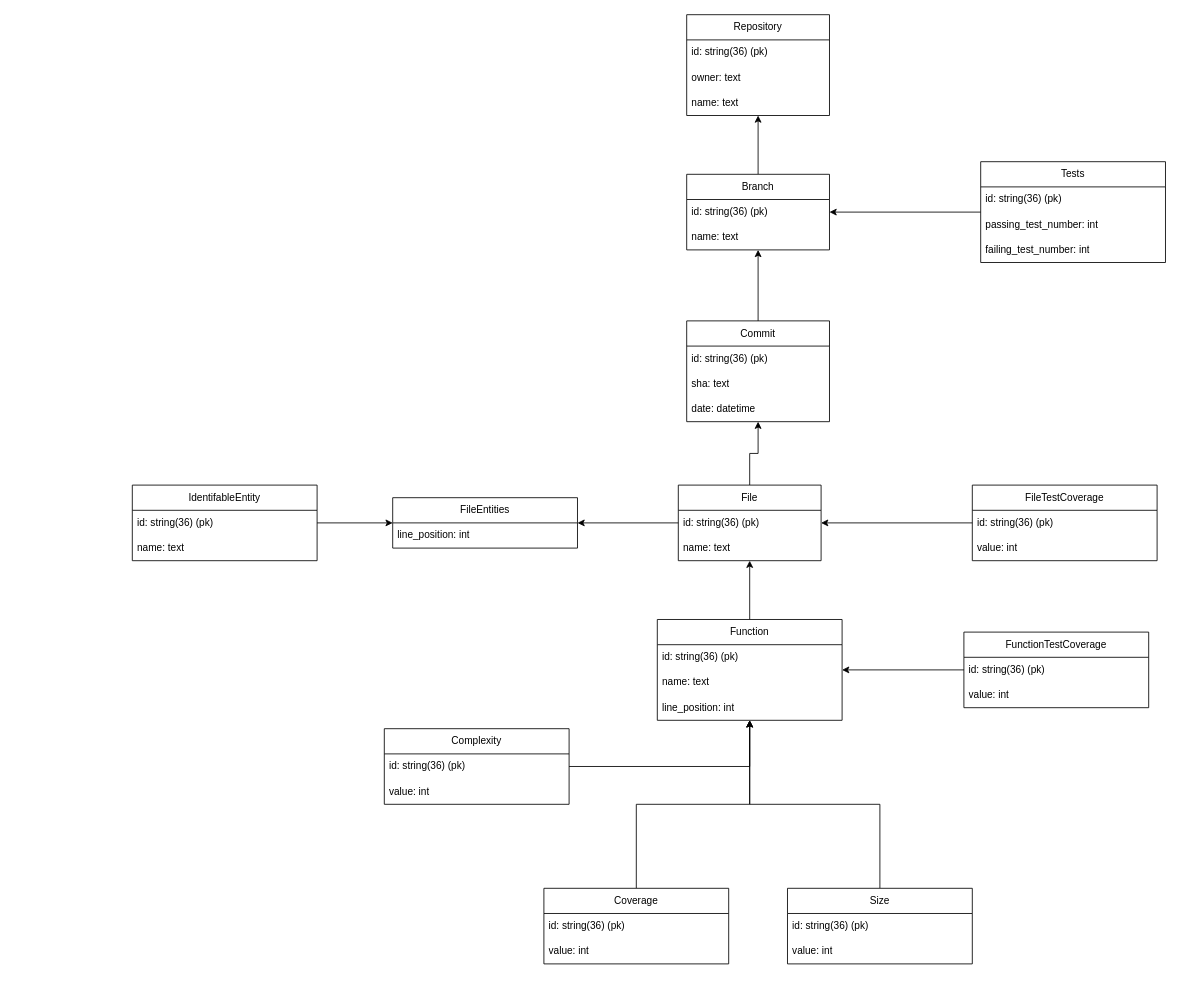
Above: doc/class_diagram.drawio in CAMaji/technical_debts (draw.io), before the change. Source tidied: cells renumbered, new cells numbered last; positions are measured from the earlier drawing's top-left corner, leaving out a move shared by most shapes. Both pictures are drawn from the tidied source at 84%, with x=0, y=0 at pixel (132, 14).
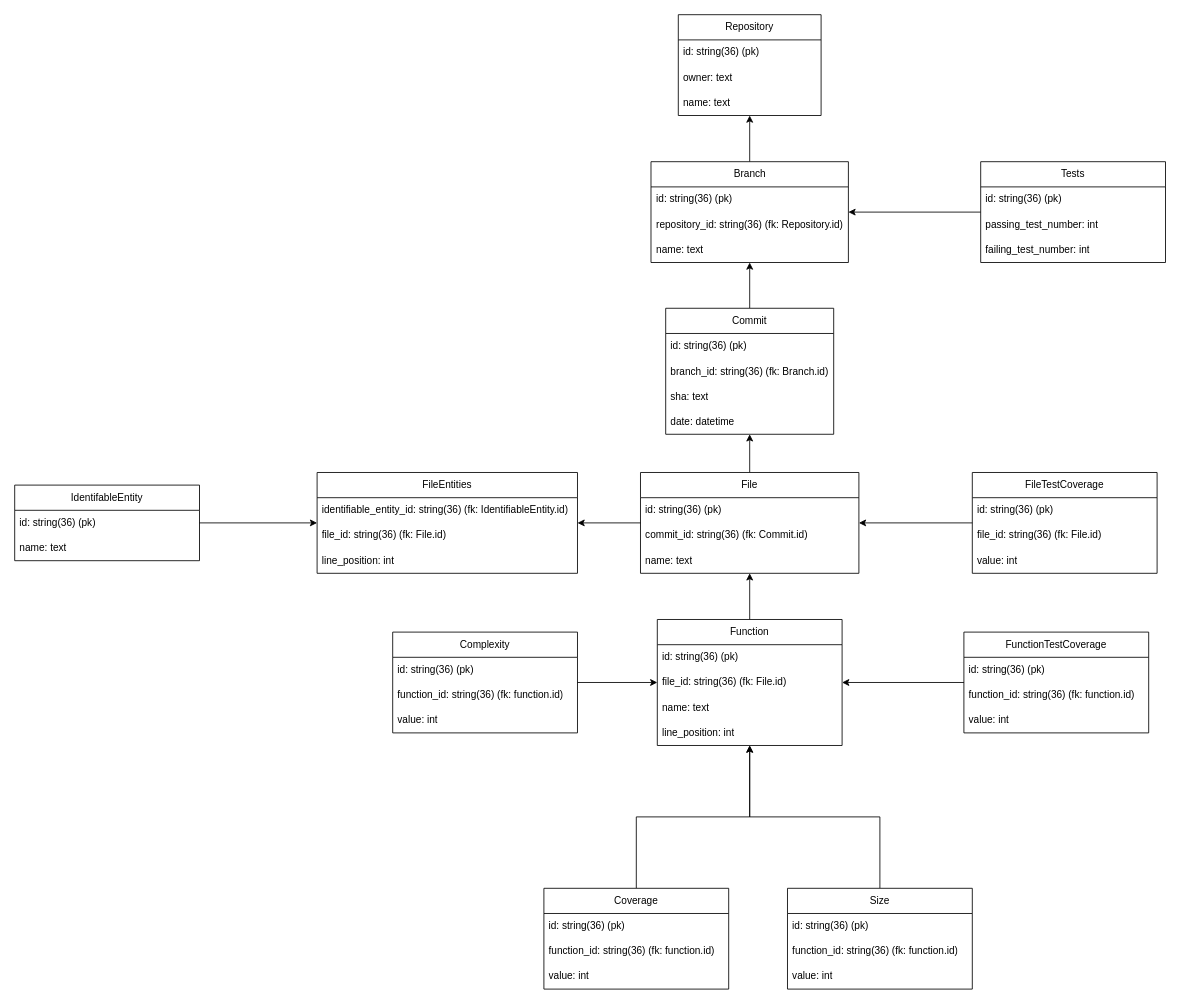
After the change.

What changed in the source:
```diff
@@
     <mxCell id="2" value="Repository" style="swimlane;fontStyle=0;horizontal=1;startSize=30;whiteSpace=wrap;html=1;" parent="1" vertex="1">
-      <mxGeometry x="660" width="170" height="120" as="geometry" />
+      <mxGeometry x="650" width="170" height="120" as="geometry" />
     </mxCell>
@@
     <mxCell id="7" value="Complexity" style="swimlane;fontStyle=0;horizontal=1;startSize=30;whiteSpace=wrap;html=1;" parent="1" vertex="1">
-      <mxGeometry x="300" y="850" width="220" height="90" as="geometry" />
+      <mxGeometry x="310" y="735" width="220" height="120" as="geometry" />
     </mxCell>
@@
+    <mxCell id="56" value="function_id: string(36) (fk: function.id&lt;span style=&quot;background-color: transparent; color: light-dark(rgb(0, 0, 0), rgb(255, 255, 255));&quot;&gt;)&lt;/span&gt;" style="text;strokeColor=none;fillColor=none;align=left;verticalAlign=middle;spacingLeft=4;spacingRight=4;overflow=hidden;whiteSpace=wrap;html=1;" parent="7" vertex="1">
+      <mxGeometry y="60" width="220" height="30" as="geometry" />
+    </mxCell>
     <mxCell id="9" value="value: int" style="text;strokeColor=none;fillColor=none;align=left;verticalAlign=middle;spacingLeft=4;spacingRight=4;overflow=hidden;whiteSpace=wrap;html=1;" parent="7" vertex="1">
-      <mxGeometry y="60" width="220" height="30" as="geometry" />
+      <mxGeometry y="90" width="220" height="30" as="geometry" />
     </mxCell>
@@
     <mxCell id="11" value="Branch" style="swimlane;fontStyle=0;horizontal=1;startSize=30;whiteSpace=wrap;html=1;" parent="1" vertex="1">
-      <mxGeometry x="660" y="190" width="170" height="90" as="geometry" />
+      <mxGeometry x="617.5" y="175" width="235" height="120" as="geometry" />
     </mxCell>
     <mxCell id="12" value="id: string(36) (pk)" style="text;strokeColor=none;fillColor=none;align=left;verticalAlign=middle;spacingLeft=4;spacingRight=4;overflow=hidden;whiteSpace=wrap;html=1;" parent="11" vertex="1">
-      <mxGeometry y="30" width="170" height="30" as="geometry" />
+      <mxGeometry y="30" width="235" height="30" as="geometry" />
     </mxCell>
+    <mxCell id="57" value="repository_id: string(36) (fk: Repository.id)" style="text;strokeColor=none;fillColor=none;align=left;verticalAlign=middle;spacingLeft=4;spacingRight=4;overflow=hidden;whiteSpace=wrap;html=1;" parent="11" vertex="1">
+      <mxGeometry y="60" width="235" height="30" as="geometry" />
+    </mxCell>
     <mxCell id="13" value="name: text" style="text;strokeColor=none;fillColor=none;align=left;verticalAlign=middle;spacingLeft=4;spacingRight=4;overflow=hidden;whiteSpace=wrap;html=1;" parent="11" vertex="1">
-      <mxGeometry y="60" width="170" height="30" as="geometry" />
+      <mxGeometry y="90" width="235" height="30" as="geometry" />
     </mxCell>
@@
     <mxCell id="16" value="File" style="swimlane;fontStyle=0;horizontal=1;startSize=30;whiteSpace=wrap;html=1;" parent="1" vertex="1">
-      <mxGeometry x="650" y="560" width="170" height="90" as="geometry" />
+      <mxGeometry x="605" y="545" width="260" height="120" as="geometry" />
     </mxCell>
     <mxCell id="17" value="id: string(36) (pk)" style="text;strokeColor=none;fillColor=none;align=left;verticalAlign=middle;spacingLeft=4;spacingRight=4;overflow=hidden;whiteSpace=wrap;html=1;" parent="16" vertex="1">
-      <mxGeometry y="30" width="170" height="30" as="geometry" />
+      <mxGeometry y="30" width="260" height="30" as="geometry" />
     </mxCell>
+    <mxCell id="58" value="commit_id: string(36) (fk: Commit.id)" style="text;strokeColor=none;fillColor=none;align=left;verticalAlign=middle;spacingLeft=4;spacingRight=4;overflow=hidden;whiteSpace=wrap;html=1;" parent="16" vertex="1">
+      <mxGeometry y="60" width="260" height="30" as="geometry" />
+    </mxCell>
     <mxCell id="18" value="name: text" style="text;strokeColor=none;fillColor=none;align=left;verticalAlign=middle;spacingLeft=4;spacingRight=4;overflow=hidden;whiteSpace=wrap;html=1;" parent="16" vertex="1">
-      <mxGeometry y="60" width="170" height="30" as="geometry" />
+      <mxGeometry y="90" width="260" height="30" as="geometry" />
     </mxCell>
@@
     <mxCell id="20" value="Function" style="swimlane;fontStyle=0;horizontal=1;startSize=30;whiteSpace=wrap;html=1;" parent="1" vertex="1">
-      <mxGeometry x="625" y="720" width="220" height="120" as="geometry" />
+      <mxGeometry x="625" y="720" width="220" height="150" as="geometry" />
     </mxCell>
@@
+    <mxCell id="59" value="file_id: string(36) (fk: File.id)" style="text;strokeColor=none;fillColor=none;align=left;verticalAlign=middle;spacingLeft=4;spacingRight=4;overflow=hidden;whiteSpace=wrap;html=1;" parent="20" vertex="1">
+      <mxGeometry y="60" width="220" height="30" as="geometry" />
+    </mxCell>
     <mxCell id="22" value="name: text" style="text;strokeColor=none;fillColor=none;align=left;verticalAlign=middle;spacingLeft=4;spacingRight=4;overflow=hidden;whiteSpace=wrap;html=1;" parent="20" vertex="1">
-      <mxGeometry y="60" width="220" height="30" as="geometry" />
+      <mxGeometry y="90" width="220" height="30" as="geometry" />
     </mxCell>
     <mxCell id="23" value="line_position: int" style="text;strokeColor=none;fillColor=none;align=left;verticalAlign=middle;spacingLeft=4;spacingRight=4;overflow=hidden;whiteSpace=wrap;html=1;" parent="20" vertex="1">
-      <mxGeometry y="90" width="220" height="30" as="geometry" />
+      <mxGeometry y="120" width="220" height="30" as="geometry" />
     </mxCell>
@@
     <mxCell id="25" value="Coverage" style="swimlane;fontStyle=0;horizontal=1;startSize=30;whiteSpace=wrap;html=1;" parent="1" vertex="1">
-      <mxGeometry x="490" y="1040" width="220" height="90" as="geometry" />
+      <mxGeometry x="490" y="1040" width="220" height="120" as="geometry" />
     </mxCell>
@@
+    <mxCell id="60" value="function_id: string(36) (fk: function.id&lt;span style=&quot;background-color: transparent; color: light-dark(rgb(0, 0, 0), rgb(255, 255, 255));&quot;&gt;)&lt;/span&gt;" style="text;strokeColor=none;fillColor=none;align=left;verticalAlign=middle;spacingLeft=4;spacingRight=4;overflow=hidden;whiteSpace=wrap;html=1;" parent="25" vertex="1">
+      <mxGeometry y="60" width="220" height="30" as="geometry" />
+    </mxCell>
     <mxCell id="27" value="value: int" style="text;strokeColor=none;fillColor=none;align=left;verticalAlign=middle;spacingLeft=4;spacingRight=4;overflow=hidden;whiteSpace=wrap;html=1;" parent="25" vertex="1">
-      <mxGeometry y="60" width="220" height="30" as="geometry" />
+      <mxGeometry y="90" width="220" height="30" as="geometry" />
     </mxCell>
@@
     <mxCell id="29" value="Size" style="swimlane;fontStyle=0;horizontal=1;startSize=30;whiteSpace=wrap;html=1;" parent="1" vertex="1">
-      <mxGeometry x="780" y="1040" width="220" height="90" as="geometry" />
+      <mxGeometry x="780" y="1040" width="220" height="120" as="geometry" />
     </mxCell>
@@
+    <mxCell id="61" value="function_id: string(36) (fk: function.id&lt;span style=&quot;background-color: transparent; color: light-dark(rgb(0, 0, 0), rgb(255, 255, 255));&quot;&gt;)&lt;/span&gt;" style="text;strokeColor=none;fillColor=none;align=left;verticalAlign=middle;spacingLeft=4;spacingRight=4;overflow=hidden;whiteSpace=wrap;html=1;" parent="29" vertex="1">
+      <mxGeometry y="60" width="220" height="30" as="geometry" />
+    </mxCell>
     <mxCell id="31" value="value: int" style="text;strokeColor=none;fillColor=none;align=left;verticalAlign=middle;spacingLeft=4;spacingRight=4;overflow=hidden;whiteSpace=wrap;html=1;" parent="29" vertex="1">
-      <mxGeometry y="60" width="220" height="30" as="geometry" />
+      <mxGeometry y="90" width="220" height="30" as="geometry" />
     </mxCell>
@@
     <mxCell id="33" value="FileTestCoverage" style="swimlane;fontStyle=0;horizontal=1;startSize=30;whiteSpace=wrap;html=1;" parent="1" vertex="1">
-      <mxGeometry x="1000" y="560" width="220" height="90" as="geometry" />
+      <mxGeometry x="1000" y="545" width="220" height="120" as="geometry" />
     </mxCell>
@@
+    <mxCell id="62" value="file_id: string(36) (fk: File.id)" style="text;strokeColor=none;fillColor=none;align=left;verticalAlign=middle;spacingLeft=4;spacingRight=4;overflow=hidden;whiteSpace=wrap;html=1;" parent="33" vertex="1">
+      <mxGeometry y="60" width="220" height="30" as="geometry" />
+    </mxCell>
     <mxCell id="35" value="value: int" style="text;strokeColor=none;fillColor=none;align=left;verticalAlign=middle;spacingLeft=4;spacingRight=4;overflow=hidden;whiteSpace=wrap;html=1;" parent="33" vertex="1">
-      <mxGeometry y="60" width="220" height="30" as="geometry" />
+      <mxGeometry y="90" width="220" height="30" as="geometry" />
     </mxCell>
@@
     <mxCell id="37" value="FunctionTestCoverage" style="swimlane;fontStyle=0;horizontal=1;startSize=30;whiteSpace=wrap;html=1;" parent="1" vertex="1">
-      <mxGeometry x="990" y="735" width="220" height="90" as="geometry" />
+      <mxGeometry x="990" y="735" width="220" height="120" as="geometry" />
     </mxCell>
@@
+    <mxCell id="63" value="function_id: string(36) (fk: function.id&lt;span style=&quot;background-color: transparent; color: light-dark(rgb(0, 0, 0), rgb(255, 255, 255));&quot;&gt;)&lt;/span&gt;" style="text;strokeColor=none;fillColor=none;align=left;verticalAlign=middle;spacingLeft=4;spacingRight=4;overflow=hidden;whiteSpace=wrap;html=1;" parent="37" vertex="1">
+      <mxGeometry y="60" width="220" height="30" as="geometry" />
+    </mxCell>
     <mxCell id="39" value="value: int" style="text;strokeColor=none;fillColor=none;align=left;verticalAlign=middle;spacingLeft=4;spacingRight=4;overflow=hidden;whiteSpace=wrap;html=1;" parent="37" vertex="1">
-      <mxGeometry y="60" width="220" height="30" as="geometry" />
+      <mxGeometry y="90" width="220" height="30" as="geometry" />
     </mxCell>
@@
     <mxCell id="45" value="FileEntities" style="swimlane;fontStyle=0;horizontal=1;startSize=30;whiteSpace=wrap;html=1;" parent="1" vertex="1">
-      <mxGeometry x="310" y="575" width="220" height="60" as="geometry" />
+      <mxGeometry x="220" y="545" width="310" height="120" as="geometry" />
     </mxCell>
+    <mxCell id="64" value="identifiable_entity_id: string(36) (fk: IdentifiableEntity.id)" style="text;strokeColor=none;fillColor=none;align=left;verticalAlign=middle;spacingLeft=4;spacingRight=4;overflow=hidden;whiteSpace=wrap;html=1;" parent="45" vertex="1">
+      <mxGeometry y="30" width="310" height="30" as="geometry" />
+    </mxCell>
+    <mxCell id="65" value="file_id: string(36) (fk: File.id)" style="text;strokeColor=none;fillColor=none;align=left;verticalAlign=middle;spacingLeft=4;spacingRight=4;overflow=hidden;whiteSpace=wrap;html=1;" parent="45" vertex="1">
+      <mxGeometry y="60" width="310" height="30" as="geometry" />
+    </mxCell>
     <mxCell id="46" value="line_position: int" style="text;strokeColor=none;fillColor=none;align=left;verticalAlign=middle;spacingLeft=4;spacingRight=4;overflow=hidden;whiteSpace=wrap;html=1;" parent="45" vertex="1">
-      <mxGeometry y="30" width="220" height="30" as="geometry" />
+      <mxGeometry y="90" width="310" height="30" as="geometry" />
     </mxCell>
     <mxCell id="47" value="IdentifableEntity" style="swimlane;fontStyle=0;horizontal=1;startSize=30;whiteSpace=wrap;html=1;" parent="1" vertex="1">
-      <mxGeometry y="560" width="220" height="90" as="geometry" />
+      <mxGeometry x="-140" y="560" width="220" height="90" as="geometry" />
     </mxCell>
@@
     <mxCell id="52" value="Commit" style="swimlane;fontStyle=0;horizontal=1;startSize=30;whiteSpace=wrap;html=1;" parent="1" vertex="1">
-      <mxGeometry x="660" y="364.5" width="170" height="120" as="geometry" />
+      <mxGeometry x="635" y="349.5" width="200" height="150" as="geometry" />
     </mxCell>
     <mxCell id="53" value="id: string(36) (pk)" style="text;strokeColor=none;fillColor=none;align=left;verticalAlign=middle;spacingLeft=4;spacingRight=4;overflow=hidden;whiteSpace=wrap;html=1;" parent="52" vertex="1">
-      <mxGeometry y="30" width="170" height="30" as="geometry" />
+      <mxGeometry y="30" width="200" height="30" as="geometry" />
     </mxCell>
+    <mxCell id="66" value="branch_id: string(36) (fk: Branch.id)" style="text;strokeColor=none;fillColor=none;align=left;verticalAlign=middle;spacingLeft=4;spacingRight=4;overflow=hidden;whiteSpace=wrap;html=1;" parent="52" vertex="1">
+      <mxGeometry y="60" width="200" height="30" as="geometry" />
+    </mxCell>
     <mxCell id="54" value="sha: text" style="text;strokeColor=none;fillColor=none;align=left;verticalAlign=middle;spacingLeft=4;spacingRight=4;overflow=hidden;whiteSpace=wrap;html=1;" parent="52" vertex="1">
-      <mxGeometry y="60" width="170" height="30" as="geometry" />
+      <mxGeometry y="90" width="200" height="30" as="geometry" />
     </mxCell>
     <mxCell id="55" value="date: datetime" style="text;strokeColor=none;fillColor=none;align=left;verticalAlign=middle;spacingLeft=4;spacingRight=4;overflow=hidden;whiteSpace=wrap;html=1;" parent="52" vertex="1">
-      <mxGeometry y="90" width="170" height="30" as="geometry" />
+      <mxGeometry y="120" width="200" height="30" as="geometry" />
     </mxCell>
```
